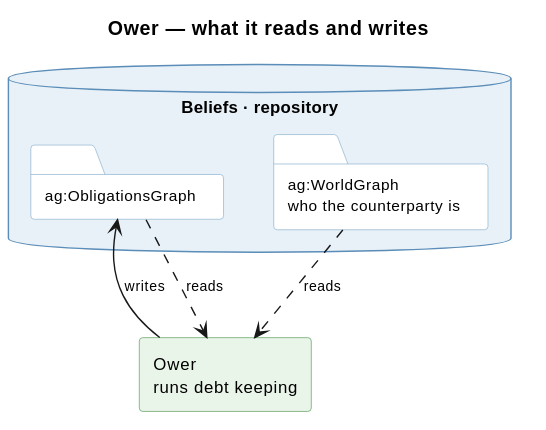
This is knowledge/diagrams/service-ower.svg from ShishkinDmitriy/orexis, a PlantUML export, as it was before one commit.
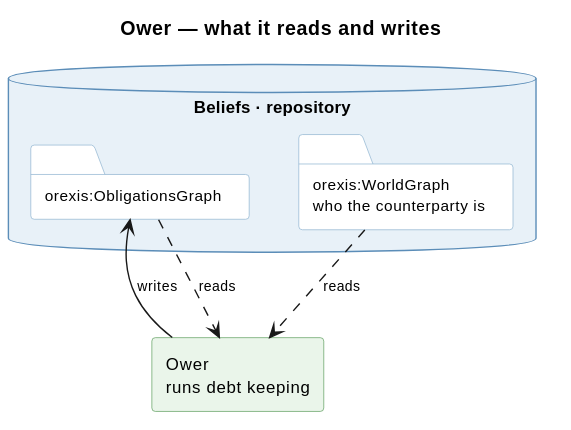
After the change.

What changed in the source:
```diff
@@ -22,8 +22,8 @@
 
 
 database "Beliefs · repository" as BEL {
-  folder "ag:ObligationsGraph" as O
-  folder "ag:WorldGraph\nwho the counterparty is" as W
+  folder "orexis:ObligationsGraph" as O
+  folder "orexis:WorldGraph\nwho the counterparty is" as W
 }
 
 component "Ower\nruns debt keeping" as OW
```
